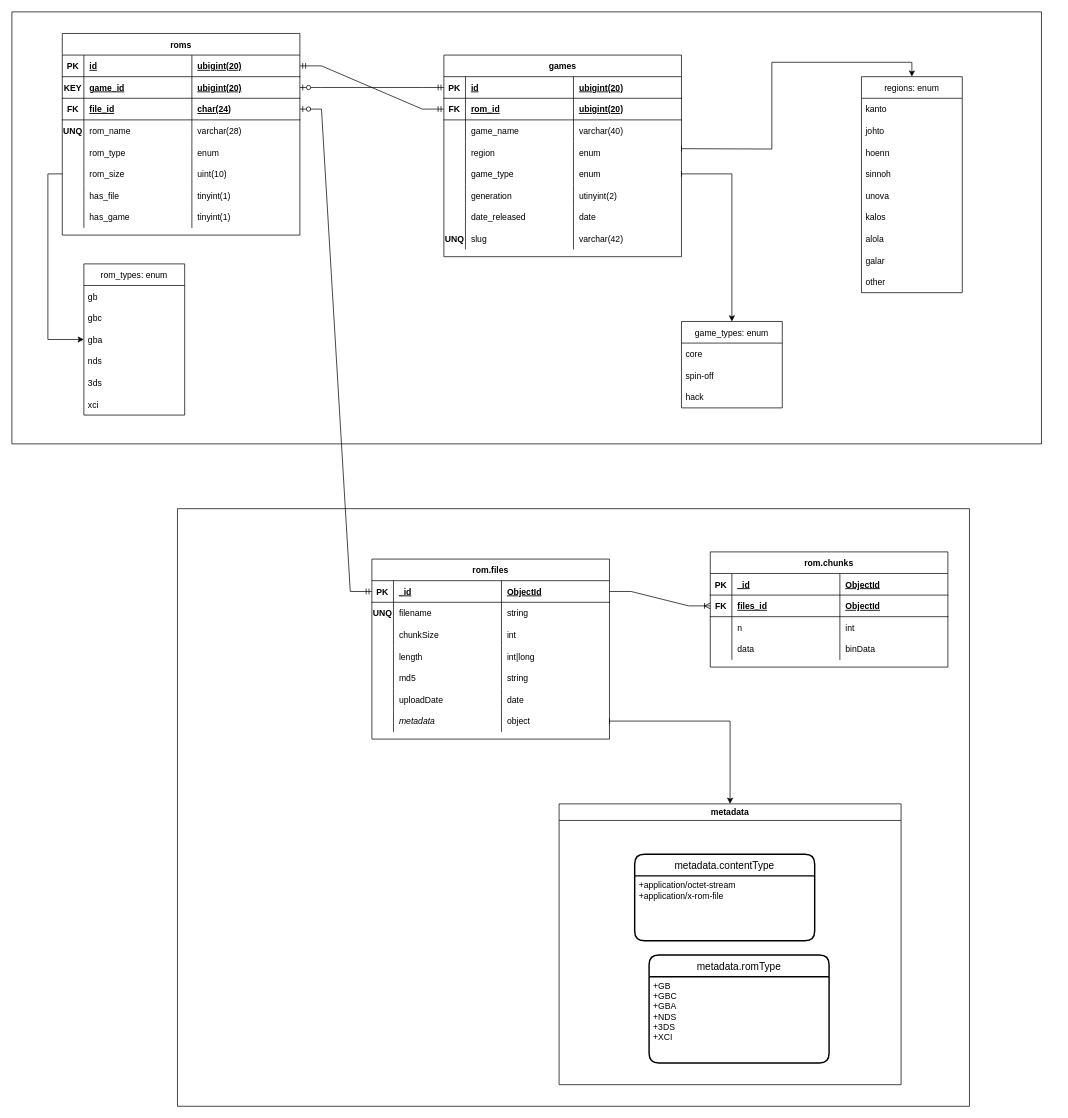
Earlier version of the draw.io diagram private/erd.drawio (bag33188/pokerom). Source tidied: cells renumbered, new cells numbered last; positions are measured from the earlier drawing's top-left corner, leaving out a move shared by most shapes. Both pictures are drawn from the tidied source at 72%, with x=0, y=0 at pixel (12, 12).
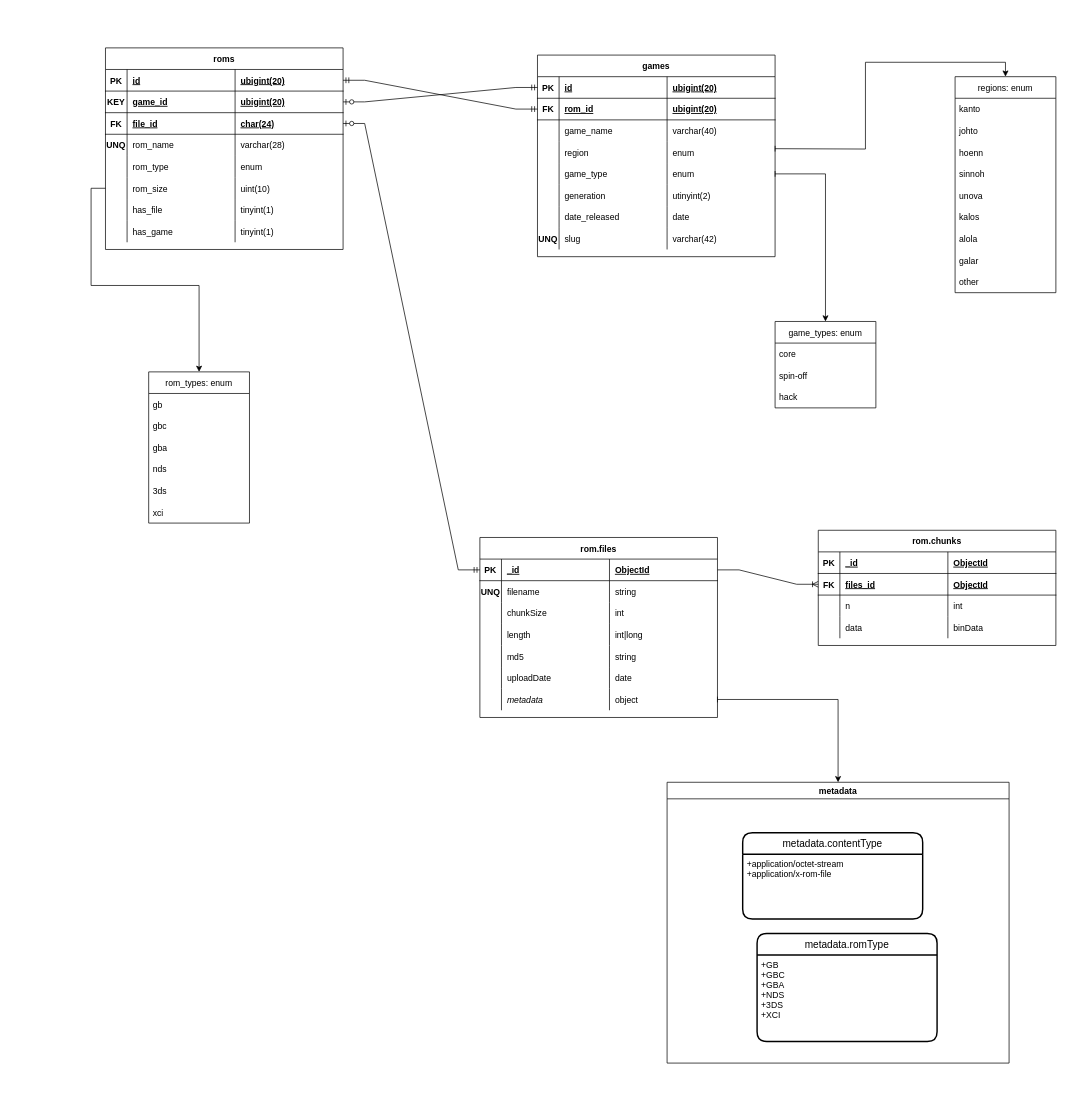
After the change.

Unchanged cells that the change refers to:
```xml
<mxCell id="22" style="shape=tableRow;horizontal=0;startSize=0;swimlaneHead=0;swimlaneBody=0;fillColor=none;points=[[0,0.5],[1,0.5]];portConstraint=eastwest;top=0;left=0;right=0;bottom=1;" parent="21" vertex="1">
  <mxGeometry y="30" width="330" height="30" as="geometry" />
</mxCell>
<mxCell id="46" style="shape=tableRow;horizontal=0;startSize=0;swimlaneHead=0;swimlaneBody=0;fillColor=none;points=[[0,0.5],[1,0.5]];portConstraint=eastwest;top=0;left=0;right=0;bottom=0;" parent="21" vertex="1">
  <mxGeometry y="210" width="330" height="30" as="geometry" />
</mxCell>
<mxCell id="58" style="shape=tableRow;horizontal=0;startSize=0;swimlaneHead=0;swimlaneBody=0;fillColor=none;points=[[0,0.5],[1,0.5]];portConstraint=eastwest;top=0;left=0;right=0;bottom=1;" parent="57" vertex="1">
  <mxGeometry y="30" width="330" height="30" as="geometry" />
</mxCell>
<mxCell id="62" style="shape=tableRow;horizontal=0;startSize=0;swimlaneHead=0;swimlaneBody=0;fillColor=none;points=[[0,0.5],[1,0.5]];portConstraint=eastwest;top=0;left=0;right=0;bottom=1;" parent="57" vertex="1">
  <mxGeometry y="60" width="330" height="30" as="geometry" />
</mxCell>
<mxCell id="78" style="shape=tableRow;horizontal=0;startSize=0;swimlaneHead=0;swimlaneBody=0;fillColor=none;points=[[0,0.5],[1,0.5]];portConstraint=eastwest;top=0;left=0;right=0;bottom=0;" parent="57" vertex="1">
  <mxGeometry y="180" width="330" height="30" as="geometry" />
</mxCell>
<mxCell id="91" style="shape=tableRow;horizontal=0;startSize=0;swimlaneHead=0;swimlaneBody=0;fillColor=none;points=[[0,0.5],[1,0.5]];portConstraint=eastwest;top=0;left=0;right=0;bottom=1;" parent="90" vertex="1">
  <mxGeometry y="30" width="330" height="30" as="geometry" />
</mxCell>
<mxCell id="95" style="shape=tableRow;horizontal=0;startSize=0;swimlaneHead=0;swimlaneBody=0;fillColor=none;points=[[0,0.5],[1,0.5]];portConstraint=eastwest;top=0;left=0;right=0;bottom=1;" parent="90" vertex="1">
  <mxGeometry y="60" width="330" height="30" as="geometry" />
</mxCell>
<mxCell id="107" style="shape=tableRow;horizontal=0;startSize=0;swimlaneHead=0;swimlaneBody=0;fillColor=none;points=[[0,0.5],[1,0.5]];portConstraint=eastwest;top=0;left=0;right=0;bottom=0;" parent="90" vertex="1">
  <mxGeometry y="150" width="330" height="30" as="geometry" />
</mxCell>
```

The edit, as a diff of the source:
```diff
@@
-    <mxCell id="3" style="swimlane;startSize=0;" parent="1" vertex="1">
-      <mxGeometry x="230" y="690" width="1100" height="830" as="geometry" />
-    </mxCell>
+    <mxCell id="149" style="edgeStyle=entityRelationEdgeStyle;fontSize=12;html=1;endArrow=ERoneToMany;rounded=0;" parent="1" edge="1" source="22">
+      <mxGeometry relative="1" as="geometry">
+        <mxPoint x="1120" y="795" as="targetPoint" />
+      </mxGeometry>
+    </mxCell>
-    <mxCell id="4" value="rom.chunks" style="shape=table;startSize=30;childLayout=tableLayout;rowLines=0;fontStyle=1;align=center;" parent="3" vertex="1">
-      <mxGeometry x="740" y="60" width="330" height="160" as="geometry" />
+    <mxCell id="4" value="rom.chunks" style="shape=table;startSize=30;childLayout=tableLayout;rowLines=0;fontStyle=1;align=center;" parent="1" vertex="1">
+      <mxGeometry x="1120" y="720" width="330" height="160" as="geometry" />
     </mxCell>
@@
-    <mxCell id="21" value="rom.files" style="shape=table;startSize=30;childLayout=tableLayout;rowLines=0;fontStyle=1;align=center;" parent="3" vertex="1">
-      <mxGeometry x="270" y="70" width="330" height="250" as="geometry" />
+    <mxCell id="21" value="rom.files" style="shape=table;startSize=30;childLayout=tableLayout;rowLines=0;fontStyle=1;align=center;" parent="1" vertex="1">
+      <mxGeometry x="650" y="730" width="330" height="250" as="geometry" />
     </mxCell>
@@
-    <mxCell id="50" value="metadata" style="swimlane;startSize=23;" parent="3" vertex="1">
-      <mxGeometry x="530" y="410" width="475" height="390" as="geometry" />
+    <mxCell id="50" value="metadata" style="swimlane;startSize=23;" parent="1" vertex="1">
+      <mxGeometry x="910" y="1070" width="475" height="390" as="geometry" />
     </mxCell>
@@
-    <mxCell id="55" style="edgeStyle=orthogonalEdgeStyle;rounded=0;jettySize=auto;html=1;exitX=1;exitY=0.5;exitDx=0;exitDy=0;entryX=0.5;entryY=0;entryDx=0;entryDy=0;startArrow=baseDash;startFill=0;" parent="3" edge="1" source="46" target="50">
+    <mxCell id="55" style="edgeStyle=orthogonalEdgeStyle;rounded=0;jettySize=auto;html=1;exitX=1;exitY=0.5;exitDx=0;exitDy=0;entryX=0.5;entryY=0;entryDx=0;entryDy=0;startArrow=baseDash;startFill=0;" parent="1" edge="1" source="46" target="50">
       <mxGeometry relative="1" as="geometry" />
     </mxCell>
-    <mxCell id="56" style="swimlane;startSize=0;" parent="1" vertex="1">
-      <mxGeometry width="1430" height="600" as="geometry" />
-    </mxCell>
-    <mxCell id="57" value="roms" style="shape=table;startSize=30;childLayout=tableLayout;rowLines=0;fontStyle=1;align=center;" parent="56" vertex="1">
-      <mxGeometry x="70" y="30" width="330" height="280" as="geometry" />
+    <mxCell id="57" value="roms" style="shape=table;startSize=30;childLayout=tableLayout;rowLines=0;fontStyle=1;align=center;" parent="1" vertex="1">
+      <mxGeometry x="130" y="50" width="330" height="280" as="geometry" />
     </mxCell>
@@
-    <mxCell id="90" value="games" style="shape=table;startSize=30;childLayout=tableLayout;rowLines=0;fontStyle=1;align=center;" parent="56" vertex="1">
-      <mxGeometry x="600" y="60" width="330" height="280" as="geometry" />
+    <mxCell id="90" value="games" style="shape=table;startSize=30;childLayout=tableLayout;rowLines=0;fontStyle=1;align=center;" parent="1" vertex="1">
+      <mxGeometry x="730" y="60" width="330" height="280" as="geometry" />
     </mxCell>
@@
-    <mxCell id="123" style="edgeStyle=entityRelationEdgeStyle;fontSize=12;html=1;endArrow=ERzeroToOne;startArrow=ERmandOne;rounded=0;entryX=1;entryY=0.5;entryDx=0;entryDy=0;exitX=0;exitY=0.5;exitDx=0;exitDy=0;" parent="56" edge="1" source="91" target="62">
+    <mxCell id="123" style="edgeStyle=entityRelationEdgeStyle;fontSize=12;html=1;endArrow=ERzeroToOne;startArrow=ERmandOne;rounded=0;entryX=1;entryY=0.5;entryDx=0;entryDy=0;exitX=0;exitY=0.5;exitDx=0;exitDy=0;" parent="1" edge="1" source="91" target="62">
       <mxGeometry relative="1" as="geometry" />
     </mxCell>
-    <mxCell id="124" style="edgeStyle=entityRelationEdgeStyle;fontSize=12;html=1;endArrow=ERmandOne;startArrow=ERmandOne;rounded=0;entryX=0;entryY=0.5;entryDx=0;entryDy=0;exitX=1;exitY=0.5;exitDx=0;exitDy=0;" parent="56" edge="1" source="58" target="95">
+    <mxCell id="124" style="edgeStyle=entityRelationEdgeStyle;fontSize=12;html=1;endArrow=ERmandOne;startArrow=ERmandOne;rounded=0;entryX=0;entryY=0.5;entryDx=0;entryDy=0;exitX=1;exitY=0.5;exitDx=0;exitDy=0;" parent="1" edge="1" source="58" target="95">
       <mxGeometry relative="1" as="geometry" />
     </mxCell>
-    <mxCell id="125" value="game_types: enum" style="swimlane;fontStyle=0;horizontal=1;startSize=30;" parent="56" vertex="1">
-      <mxGeometry x="930" y="430" width="140" height="120" as="geometry" />
+    <mxCell id="125" value="game_types: enum" style="swimlane;fontStyle=0;horizontal=1;startSize=30;" parent="1" vertex="1">
+      <mxGeometry x="1060" y="430" width="140" height="120" as="geometry" />
     </mxCell>
@@
-    <mxCell id="129" style="edgeStyle=orthogonalEdgeStyle;rounded=0;jettySize=auto;html=1;exitX=1;exitY=0.5;exitDx=0;exitDy=0;entryX=0.5;entryY=0;entryDx=0;entryDy=0;startArrow=baseDash;startFill=0;" parent="56" edge="1" source="107" target="125">
+    <mxCell id="129" style="edgeStyle=orthogonalEdgeStyle;rounded=0;jettySize=auto;html=1;exitX=1;exitY=0.5;exitDx=0;exitDy=0;entryX=0.5;entryY=0;entryDx=0;entryDy=0;startArrow=baseDash;startFill=0;" parent="1" edge="1" source="107" target="125">
       <mxGeometry relative="1" as="geometry" />
     </mxCell>
-    <mxCell id="130" value="regions: enum" style="swimlane;fontStyle=0;horizontal=1;startSize=30;" parent="56" vertex="1">
-      <mxGeometry x="1180" y="90" width="140" height="300" as="geometry" />
+    <mxCell id="130" value="regions: enum" style="swimlane;fontStyle=0;horizontal=1;startSize=30;" parent="1" vertex="1">
+      <mxGeometry x="1310" y="90" width="140" height="300" as="geometry" />
     </mxCell>
@@
-    <mxCell id="140" style="edgeStyle=orthogonalEdgeStyle;rounded=0;jettySize=auto;html=1;entryX=0.5;entryY=0;entryDx=0;entryDy=0;startArrow=baseDash;startFill=0;" parent="56" edge="1" target="130">
+    <mxCell id="140" style="edgeStyle=orthogonalEdgeStyle;rounded=0;jettySize=auto;html=1;entryX=0.5;entryY=0;entryDx=0;entryDy=0;startArrow=baseDash;startFill=0;" parent="1" edge="1" target="130">
       <mxGeometry relative="1" as="geometry">
-        <mxPoint x="930" y="190" as="sourcePoint" />
+        <mxPoint x="1060" y="190" as="sourcePoint" />
       </mxGeometry>
     </mxCell>
-    <mxCell id="141" value="rom_types: enum" style="swimlane;fontStyle=0;horizontal=1;startSize=30;" parent="56" vertex="1">
-      <mxGeometry x="100" y="350" width="140" height="210" as="geometry" />
+    <mxCell id="141" value="rom_types: enum" style="swimlane;fontStyle=0;horizontal=1;startSize=30;" parent="1" vertex="1">
+      <mxGeometry x="190" y="500" width="140" height="210" as="geometry" />
     </mxCell>
@@
-    <mxCell id="148" style="edgeStyle=orthogonalEdgeStyle;shape=connector;rounded=0;jettySize=auto;html=1;labelBackgroundColor=default;strokeColor=default;fontFamily=Helvetica;fontSize=12;fontColor=default;startArrow=none;endArrow=classic;startFill=0;endFill=1;" parent="56" edge="1" source="78" target="141">
-      <mxGeometry relative="1" as="geometry">
-        <Array as="points">
-          <mxPoint x="50" y="225" />
-          <mxPoint x="50" y="455" />
-        </Array>
-      </mxGeometry>
+    <mxCell id="148" style="shape=connector;rounded=0;jettySize=auto;html=1;labelBackgroundColor=default;strokeColor=default;fontFamily=Helvetica;fontSize=12;fontColor=default;startArrow=none;endArrow=classic;startFill=0;endFill=1;entryX=0.5;entryY=0;entryDx=0;entryDy=0;edgeStyle=orthogonalEdgeStyle;" parent="1" edge="1" source="78" target="141">
+      <mxGeometry relative="1" as="geometry" />
     </mxCell>
-    <mxCell id="149" style="edgeStyle=entityRelationEdgeStyle;fontSize=12;html=1;endArrow=ERoneToMany;rounded=0;" parent="1" edge="1" source="22">
-      <mxGeometry relative="1" as="geometry">
-        <mxPoint x="970" y="825" as="targetPoint" />
-      </mxGeometry>
-    </mxCell>
```
